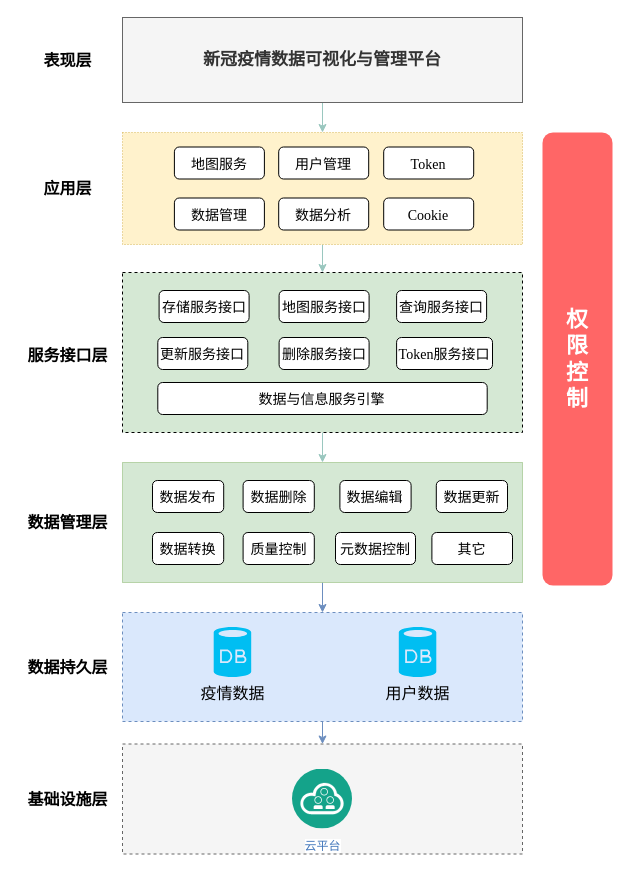
Before: page "Page-1" (1 of 3) of Untitled Diagram.drawio in Civitasv/COVID, a draw.io diagram. Source tidied: cells renumbered, new cells numbered last; positions are measured from the earlier drawing's top-left corner, leaving out a move shared by most shapes. Both pictures are drawn from the tidied source at 100%, with x=0, y=0 at pixel (17, 17).
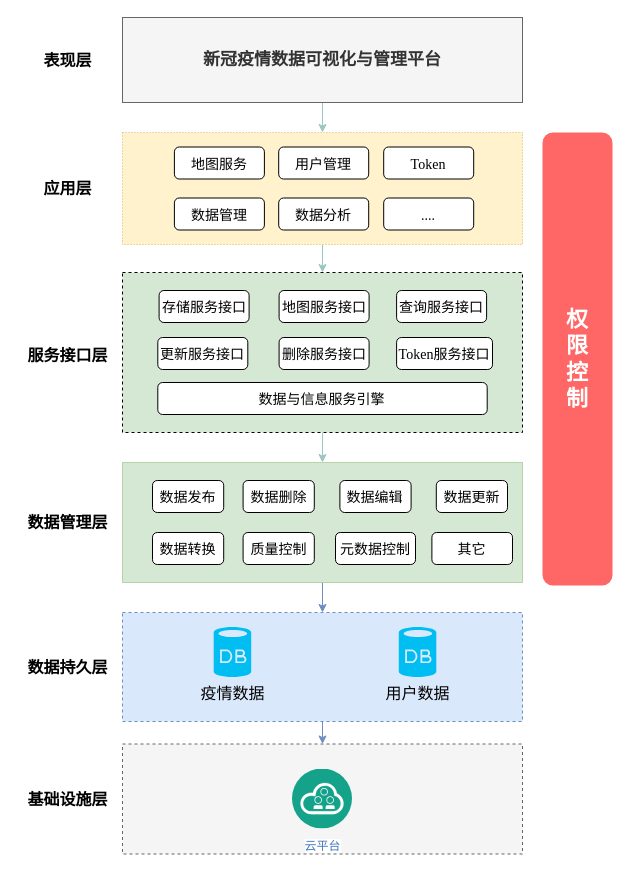
The same page after the edit.

Change to the diagram source:
```diff
@@
-    <mxCell id="42" value="&lt;span style=&quot;font-size: 14px&quot;&gt;Cookie&lt;/span&gt;" style="rounded=1;whiteSpace=wrap;html=1;fontFamily=Garamond;fontSize=16;" parent="1" vertex="1">
+    <mxCell id="42" value="&lt;span style=&quot;font-size: 14px&quot;&gt;....&lt;/span&gt;" style="rounded=1;whiteSpace=wrap;html=1;fontFamily=Garamond;fontSize=16;" parent="1" vertex="1">
       <mxGeometry x="366.2" y="180.5" width="90" height="32" as="geometry" />
     </mxCell>
```
